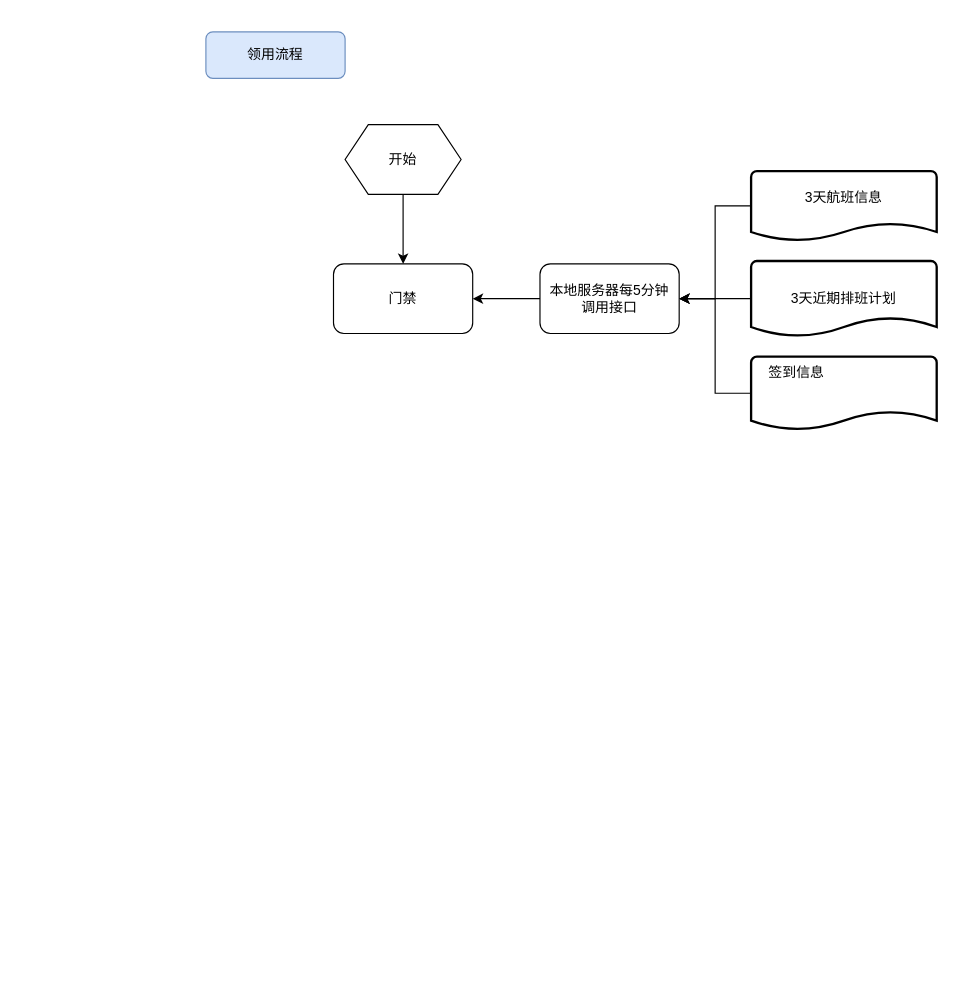
Earlier version of the draw.io diagram xbhangkong2.drawio (HXLMOM/cctest). Source tidied: cells renumbered, new cells numbered last; positions are measured from the earlier drawing's top-left corner, leaving out a move shared by most shapes. Both pictures are drawn from the tidied source at 116%, with x=0, y=0 at pixel (205, 31).
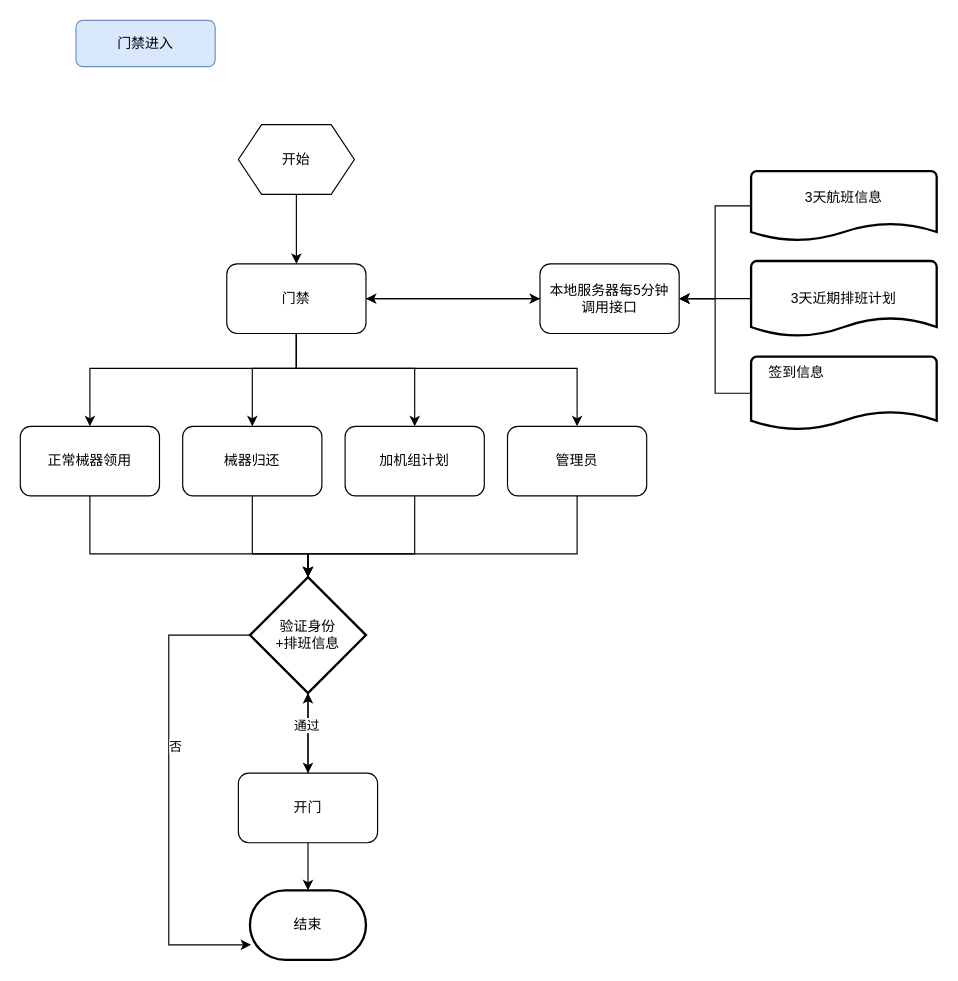
The same page after the edit.

Unchanged cells that the change refers to:
```xml
<mxCell id="7" value="本地服务器每5分钟&lt;br&gt;调用接口" style="rounded=1;whiteSpace=wrap;html=1;" parent="1" vertex="1">
  <mxGeometry x="288" y="200" width="120" height="60" as="geometry" />
</mxCell>
```

Diff of the diagram source:
```diff
@@
-    <mxCell id="2" value="领用流程" style="rounded=1;whiteSpace=wrap;html=1;fontSize=12;glass=0;strokeWidth=1;shadow=0;fillColor=#dae8fc;strokeColor=#6c8ebf;" parent="1" vertex="1">
-      <mxGeometry width="120" height="40" as="geometry" />
+    <mxCell id="2" value="门禁进入" style="rounded=1;whiteSpace=wrap;html=1;fontSize=12;glass=0;strokeWidth=1;shadow=0;fillColor=#dae8fc;strokeColor=#6c8ebf;" parent="1" vertex="1">
+      <mxGeometry x="-112" y="-10" width="120" height="40" as="geometry" />
     </mxCell>
@@
     <mxCell id="4" value="开始" style="shape=hexagon;perimeter=hexagonPerimeter2;whiteSpace=wrap;html=1;fixedSize=1;" parent="1" vertex="1">
-      <mxGeometry x="120" y="80" width="100" height="60" as="geometry" />
+      <mxGeometry x="28" y="80" width="100" height="60" as="geometry" />
     </mxCell>
+    <mxCell id="14" style="edgeStyle=orthogonalEdgeStyle;rounded=0;jettySize=auto;html=1;entryX=0.5;entryY=0;entryDx=0;entryDy=0;" parent="1" edge="1" source="5" target="21">
+      <mxGeometry relative="1" as="geometry">
+        <Array as="points">
+          <mxPoint x="78" y="290" />
+          <mxPoint x="-100" y="290" />
+        </Array>
+      </mxGeometry>
+    </mxCell>
+    <mxCell id="15" style="edgeStyle=orthogonalEdgeStyle;rounded=0;jettySize=auto;html=1;" parent="1" edge="1" source="5" target="28">
+      <mxGeometry relative="1" as="geometry">
+        <Array as="points">
+          <mxPoint x="78" y="290" />
+          <mxPoint x="40" y="290" />
+        </Array>
+      </mxGeometry>
+    </mxCell>
+    <mxCell id="16" style="edgeStyle=orthogonalEdgeStyle;rounded=0;jettySize=auto;html=1;entryX=0.5;entryY=0;entryDx=0;entryDy=0;" parent="1" edge="1" source="5" target="23">
+      <mxGeometry relative="1" as="geometry">
+        <Array as="points">
+          <mxPoint x="78" y="290" />
+          <mxPoint x="180" y="290" />
+        </Array>
+      </mxGeometry>
+    </mxCell>
+    <mxCell id="17" style="edgeStyle=orthogonalEdgeStyle;rounded=0;jettySize=auto;html=1;entryX=0.5;entryY=0;entryDx=0;entryDy=0;" parent="1" edge="1" source="5" target="29">
+      <mxGeometry relative="1" as="geometry">
+        <Array as="points">
+          <mxPoint x="78" y="290" />
+          <mxPoint x="320" y="290" />
+        </Array>
+      </mxGeometry>
+    </mxCell>
+    <mxCell id="18" style="edgeStyle=orthogonalEdgeStyle;rounded=0;jettySize=auto;html=1;entryX=0;entryY=0.5;entryDx=0;entryDy=0;" parent="1" edge="1" source="5" target="7">
+      <mxGeometry relative="1" as="geometry" />
+    </mxCell>
     <mxCell id="5" value="门禁" style="rounded=1;whiteSpace=wrap;html=1;" parent="1" vertex="1">
-      <mxGeometry x="110" y="200" width="120" height="60" as="geometry" />
+      <mxGeometry x="18" y="200" width="120" height="60" as="geometry" />
     </mxCell>
@@
+    <mxCell id="19" style="edgeStyle=orthogonalEdgeStyle;rounded=0;jettySize=auto;html=1;" parent="1" edge="1" source="20" target="27">
+      <mxGeometry relative="1" as="geometry" />
+    </mxCell>
+    <mxCell id="20" value="验证身份&lt;br&gt;+排班信息" style="strokeWidth=2;html=1;shape=mxgraph.flowchart.decision;whiteSpace=wrap;" parent="1" vertex="1">
+      <mxGeometry x="38" y="470" width="100" height="100" as="geometry" />
+    </mxCell>
+    <mxCell id="21" value="正常械器领用" style="rounded=1;whiteSpace=wrap;html=1;" parent="1" vertex="1">
+      <mxGeometry x="-160" y="340" width="120" height="60" as="geometry" />
+    </mxCell>
+    <mxCell id="22" style="edgeStyle=orthogonalEdgeStyle;rounded=0;jettySize=auto;html=1;" parent="1" edge="1" source="23">
+      <mxGeometry relative="1" as="geometry">
+        <mxPoint x="88" y="470" as="targetPoint" />
+        <Array as="points">
+          <mxPoint x="180" y="450" />
+          <mxPoint x="88" y="450" />
+        </Array>
+      </mxGeometry>
+    </mxCell>
+    <mxCell id="23" value="加机组计划" style="rounded=1;whiteSpace=wrap;html=1;" parent="1" vertex="1">
+      <mxGeometry x="120" y="340" width="120" height="60" as="geometry" />
+    </mxCell>
+    <mxCell id="24" style="edgeStyle=orthogonalEdgeStyle;rounded=0;jettySize=auto;html=1;" parent="1" edge="1" source="27" target="33">
+      <mxGeometry relative="1" as="geometry" />
+    </mxCell>
+    <mxCell id="25" style="edgeStyle=orthogonalEdgeStyle;rounded=0;jettySize=auto;html=1;" parent="1" edge="1" source="27" target="20">
+      <mxGeometry relative="1" as="geometry" />
+    </mxCell>
+    <mxCell id="26" value="通过" style="edgeLabel;html=1;align=center;verticalAlign=middle;" parent="25" vertex="1">
+      <mxGeometry x="0.22" y="2" relative="1" as="geometry" />
+    </mxCell>
+    <mxCell id="27" value="开门" style="rounded=1;whiteSpace=wrap;html=1;" parent="1" vertex="1">
+      <mxGeometry x="28" y="639" width="120" height="60" as="geometry" />
+    </mxCell>
+    <mxCell id="28" value="械器归还" style="rounded=1;whiteSpace=wrap;html=1;" parent="1" vertex="1">
+      <mxGeometry x="-20" y="340" width="120" height="60" as="geometry" />
+    </mxCell>
+    <mxCell id="29" value="管理员" style="rounded=1;whiteSpace=wrap;html=1;" parent="1" vertex="1">
+      <mxGeometry x="260" y="340" width="120" height="60" as="geometry" />
+    </mxCell>
+    <mxCell id="30" style="edgeStyle=orthogonalEdgeStyle;rounded=0;jettySize=auto;html=1;entryX=0.5;entryY=0;entryDx=0;entryDy=0;entryPerimeter=0;" parent="1" edge="1" source="21" target="20">
+      <mxGeometry relative="1" as="geometry">
+        <Array as="points">
+          <mxPoint x="-100" y="450" />
+          <mxPoint x="88" y="450" />
+        </Array>
+      </mxGeometry>
+    </mxCell>
+    <mxCell id="31" style="edgeStyle=orthogonalEdgeStyle;rounded=0;jettySize=auto;html=1;entryX=0.5;entryY=0;entryDx=0;entryDy=0;entryPerimeter=0;" parent="1" edge="1" source="28" target="20">
+      <mxGeometry relative="1" as="geometry">
+        <Array as="points">
+          <mxPoint x="40" y="450" />
+          <mxPoint x="88" y="450" />
+        </Array>
+      </mxGeometry>
+    </mxCell>
+    <mxCell id="32" style="edgeStyle=orthogonalEdgeStyle;rounded=0;jettySize=auto;html=1;entryX=0.5;entryY=0;entryDx=0;entryDy=0;entryPerimeter=0;" parent="1" edge="1" source="29" target="20">
+      <mxGeometry relative="1" as="geometry">
+        <Array as="points">
+          <mxPoint x="320" y="450" />
+          <mxPoint x="88" y="450" />
+        </Array>
+      </mxGeometry>
+    </mxCell>
+    <mxCell id="33" value="结束" style="strokeWidth=2;html=1;shape=mxgraph.flowchart.terminator;whiteSpace=wrap;" parent="1" vertex="1">
+      <mxGeometry x="38" y="740" width="100" height="60" as="geometry" />
+    </mxCell>
+    <mxCell id="34" style="edgeStyle=orthogonalEdgeStyle;rounded=0;jettySize=auto;html=1;entryX=0.01;entryY=0.783;entryDx=0;entryDy=0;entryPerimeter=0;" parent="1" edge="1" source="20" target="33">
+      <mxGeometry relative="1" as="geometry">
+        <Array as="points">
+          <mxPoint x="-32" y="520" />
+          <mxPoint x="-32" y="787" />
+        </Array>
+      </mxGeometry>
+    </mxCell>
+    <mxCell id="35" value="否" style="edgeLabel;html=1;align=center;verticalAlign=middle;" parent="34" vertex="1">
+      <mxGeometry x="-0.19" y="5" relative="1" as="geometry" />
+    </mxCell>
```
